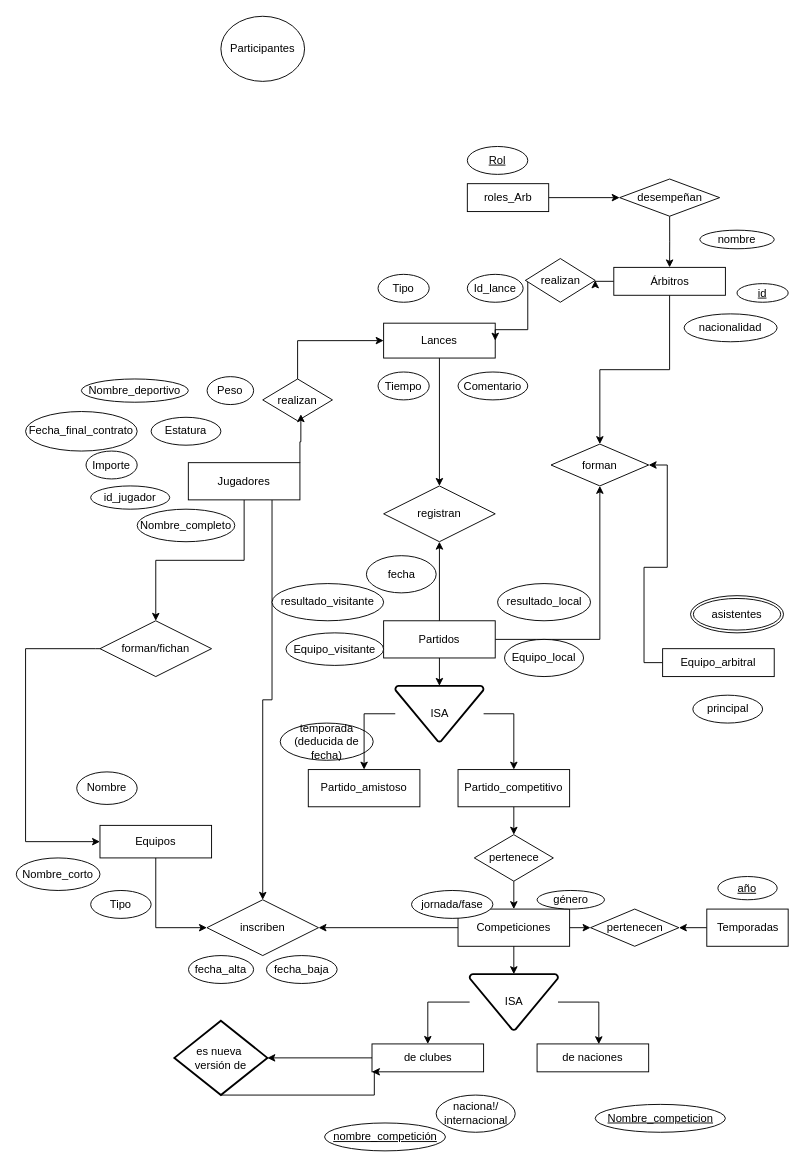
The draw.io diagram page "Page-1" (1 of 2) of Diagrama sin título.drawio in aloantony/TrabajosEnGrupoGII-DalilaTony, before the edit. Source tidied: cells renumbered, new cells numbered last; positions are measured from the earlier drawing's top-left corner, leaving out a move shared by most shapes. Both pictures are drawn from the tidied source at 93%, with x=0, y=0 at pixel (16, 16).
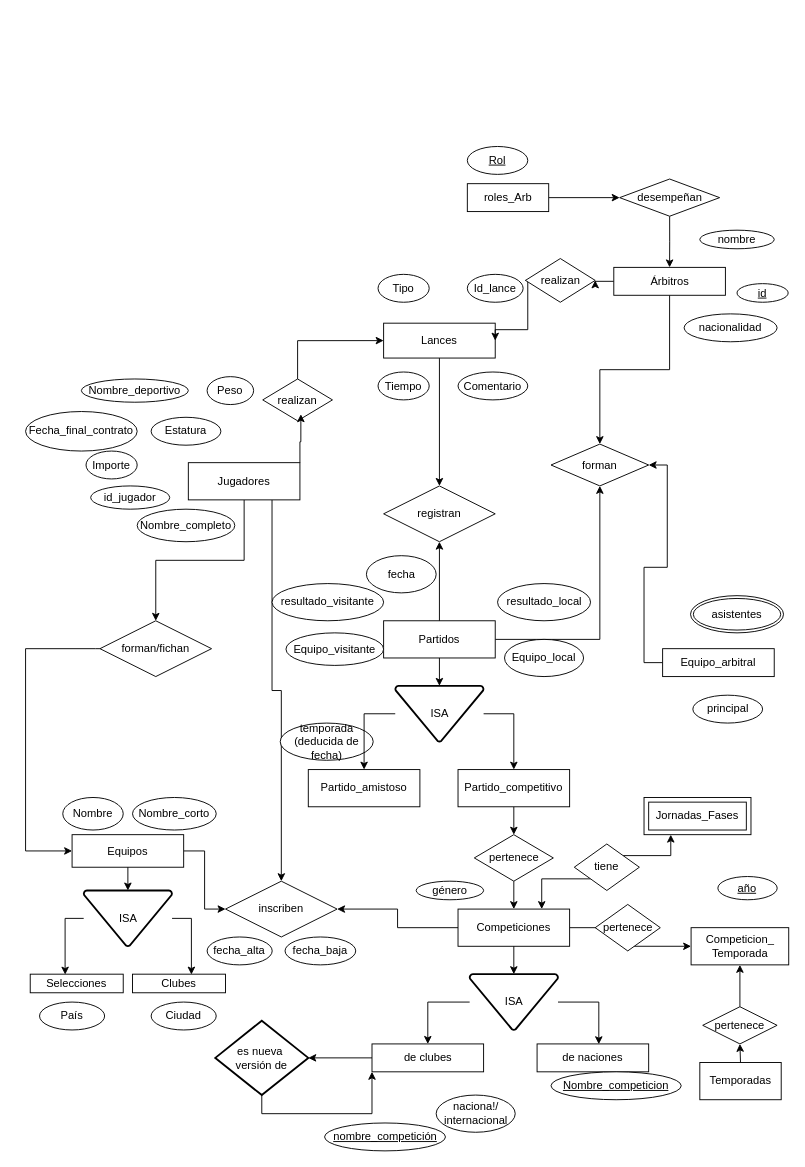
Above is the later version.

Unchanged cells that the change refers to:
```xml
<mxCell id="12" value="Competiciones" style="rounded=0;whiteSpace=wrap;html=1;" parent="1" vertex="1">
  <mxGeometry x="475" y="960" width="120" height="40" as="geometry" />
</mxCell>
<mxCell id="48" value="de clubes" style="rounded=0;whiteSpace=wrap;html=1;" parent="1" vertex="1">
  <mxGeometry x="382.5" y="1105" width="120" height="30" as="geometry" />
</mxCell>
```

What changed in the source:
```diff
@@
+    <mxCell id="65" style="edgeStyle=orthogonalEdgeStyle;rounded=0;jettySize=auto;html=1;exitX=1;exitY=0.5;exitDx=0;exitDy=0;entryX=0;entryY=0.5;entryDx=0;entryDy=0;" parent="1" edge="1" source="4" target="64">
+      <mxGeometry relative="1" as="geometry" />
+    </mxCell>
     <mxCell id="4" value="Equipos" style="rounded=0;whiteSpace=wrap;html=1;" parent="1" vertex="1">
-      <mxGeometry x="90" y="870" width="120" height="35" as="geometry" />
+      <mxGeometry x="60" y="880" width="120" height="35" as="geometry" />
     </mxCell>
@@
     <mxCell id="7" value="Nombre" style="ellipse;whiteSpace=wrap;html=1;" parent="1" vertex="1">
-      <mxGeometry x="65" y="812.5" width="65" height="35" as="geometry" />
+      <mxGeometry x="50" y="840" width="65" height="35" as="geometry" />
     </mxCell>
     <mxCell id="8" value="Nombre_corto" style="ellipse;whiteSpace=wrap;html=1;" parent="1" vertex="1">
-      <mxGeometry y="905" width="90" height="35" as="geometry" />
+      <mxGeometry x="125" y="840" width="90" height="35" as="geometry" />
     </mxCell>
-    <mxCell id="9" value="Tipo" style="ellipse;whiteSpace=wrap;html=1;" parent="1" vertex="1">
-      <mxGeometry x="80" y="940" width="65" height="30" as="geometry" />
-    </mxCell>
@@
-    <mxCell id="11" style="edgeStyle=orthogonalEdgeStyle;rounded=0;jettySize=auto;html=1;exitX=1;exitY=0.5;exitDx=0;exitDy=0;entryX=0;entryY=0.5;entryDx=0;entryDy=0;" parent="1" edge="1" source="12" target="68">
-      <mxGeometry relative="1" as="geometry" />
+    <mxCell id="11" style="edgeStyle=orthogonalEdgeStyle;rounded=0;jettySize=auto;html=1;exitX=1;exitY=0.5;exitDx=0;exitDy=0;" parent="1" edge="1" source="12">
+      <mxGeometry relative="1" as="geometry">
+        <mxPoint x="650" y="980" as="targetPoint" />
+      </mxGeometry>
     </mxCell>
@@
-    <mxCell id="13" style="edgeStyle=orthogonalEdgeStyle;rounded=0;jettySize=auto;html=1;exitX=0;exitY=0.5;exitDx=0;exitDy=0;entryX=1;entryY=0.5;entryDx=0;entryDy=0;" parent="1" edge="1" source="14" target="68">
+    <mxCell id="13" style="edgeStyle=orthogonalEdgeStyle;rounded=0;jettySize=auto;html=1;exitX=0.5;exitY=0;exitDx=0;exitDy=0;entryX=0.5;entryY=1;entryDx=0;entryDy=0;" parent="1" edge="1" source="14" target="68">
       <mxGeometry relative="1" as="geometry" />
     </mxCell>
     <mxCell id="14" value="Temporadas" style="rounded=0;whiteSpace=wrap;html=1;" parent="1" vertex="1">
-      <mxGeometry x="742.5" y="960" width="87.5" height="40" as="geometry" />
+      <mxGeometry x="735" y="1125" width="87.5" height="40" as="geometry" />
     </mxCell>
-    <mxCell id="15" value="Participantes" style="ellipse;whiteSpace=wrap;html=1;" parent="1" vertex="1">
-      <mxGeometry x="220" width="90" height="70" as="geometry" />
-    </mxCell>
@@
-    <mxCell id="39" value="jornada/fase" style="ellipse;whiteSpace=wrap;html=1;" parent="1" vertex="1">
-      <mxGeometry x="425" y="940" width="87.5" height="30" as="geometry" />
-    </mxCell>
@@
     <mxCell id="46" value="género" style="ellipse;whiteSpace=wrap;html=1;" parent="1" vertex="1">
-      <mxGeometry x="560" y="940" width="72.5" height="20" as="geometry" />
+      <mxGeometry x="430" y="930" width="72.5" height="20" as="geometry" />
     </mxCell>
@@
     <mxCell id="50" style="edgeStyle=orthogonalEdgeStyle;rounded=0;jettySize=auto;html=1;exitX=0.5;exitY=1;exitDx=0;exitDy=0;exitPerimeter=0;entryX=0;entryY=1;entryDx=0;entryDy=0;" parent="1" edge="1" source="51" target="48">
-      <mxGeometry relative="1" as="geometry">
-        <Array as="points">
-          <mxPoint x="385" y="1160" />
-        </Array>
-      </mxGeometry>
+      <mxGeometry relative="1" as="geometry" />
     </mxCell>
     <mxCell id="51" value="es nueva&amp;nbsp;&lt;div&gt;versión de&lt;/div&gt;" style="strokeWidth=2;html=1;shape=mxgraph.flowchart.decision;whiteSpace=wrap;" parent="1" vertex="1">
-      <mxGeometry x="170" y="1080" width="100" height="80" as="geometry" />
+      <mxGeometry x="214" y="1080" width="100" height="80" as="geometry" />
     </mxCell>
@@
     <mxCell id="64" value="inscriben" style="shape=rhombus;perimeter=rhombusPerimeter;whiteSpace=wrap;html=1;align=center;" parent="1" vertex="1">
-      <mxGeometry x="205" y="950" width="120" height="60" as="geometry" />
+      <mxGeometry x="225" y="930" width="120" height="60" as="geometry" />
     </mxCell>
-    <mxCell id="65" style="edgeStyle=orthogonalEdgeStyle;rounded=0;jettySize=auto;html=1;exitX=0.5;exitY=1;exitDx=0;exitDy=0;entryX=0;entryY=0.5;entryDx=0;entryDy=0;" parent="1" edge="1" source="4" target="64">
-      <mxGeometry relative="1" as="geometry" />
-    </mxCell>
@@
+    <mxCell id="90" style="edgeStyle=orthogonalEdgeStyle;rounded=0;jettySize=auto;html=1;exitX=0.5;exitY=0;exitDx=0;exitDy=0;entryX=0.5;entryY=1;entryDx=0;entryDy=0;" parent="1" edge="1" source="68" target="103">
+      <mxGeometry relative="1" as="geometry" />
+    </mxCell>
-    <mxCell id="68" value="pertenecen" style="shape=rhombus;perimeter=rhombusPerimeter;whiteSpace=wrap;html=1;align=center;" parent="1" vertex="1">
-      <mxGeometry x="617.5" y="960" width="95" height="40" as="geometry" />
+    <mxCell id="68" value="pertenece" style="shape=rhombus;perimeter=rhombusPerimeter;whiteSpace=wrap;html=1;align=center;" parent="1" vertex="1">
+      <mxGeometry x="738.1" y="1065" width="80" height="40" as="geometry" />
     </mxCell>
@@
     <mxCell id="73" value="Nombre_competicion" style="ellipse;whiteSpace=wrap;html=1;align=center;fontStyle=4;" parent="1" vertex="1">
-      <mxGeometry x="622.5" y="1170" width="140" height="30" as="geometry" />
+      <mxGeometry x="575" y="1135" width="140" height="30" as="geometry" />
     </mxCell>
@@
     <mxCell id="77" value="fecha_alta" style="ellipse;whiteSpace=wrap;html=1;align=center;" parent="1" vertex="1">
-      <mxGeometry x="185.2" y="1010" width="70" height="30" as="geometry" />
+      <mxGeometry x="205.2" y="990" width="70" height="30" as="geometry" />
     </mxCell>
     <mxCell id="78" value="fecha_baja" style="ellipse;whiteSpace=wrap;html=1;align=center;" parent="1" vertex="1">
-      <mxGeometry x="269" y="1010" width="76" height="30" as="geometry" />
+      <mxGeometry x="289" y="990" width="76" height="30" as="geometry" />
     </mxCell>
@@
+    <mxCell id="91" value="ISA" style="strokeWidth=2;html=1;shape=mxgraph.flowchart.merge_or_storage;whiteSpace=wrap;" parent="1" vertex="1">
+      <mxGeometry x="72.5" y="940" width="95" height="60" as="geometry" />
+    </mxCell>
+    <mxCell id="92" value="Selecciones" style="rounded=0;whiteSpace=wrap;html=1;" parent="1" vertex="1">
+      <mxGeometry x="15" y="1030" width="100" height="20" as="geometry" />
+    </mxCell>
+    <mxCell id="93" value="Clubes" style="rounded=0;whiteSpace=wrap;html=1;" parent="1" vertex="1">
+      <mxGeometry x="125" y="1030" width="100" height="20" as="geometry" />
+    </mxCell>
+    <mxCell id="94" style="edgeStyle=orthogonalEdgeStyle;rounded=0;jettySize=auto;html=1;exitX=1;exitY=0.5;exitDx=0;exitDy=0;exitPerimeter=0;entryX=0.633;entryY=0.021;entryDx=0;entryDy=0;entryPerimeter=0;" parent="1" edge="1" source="91" target="93">
+      <mxGeometry relative="1" as="geometry" />
+    </mxCell>
+    <mxCell id="95" style="edgeStyle=orthogonalEdgeStyle;rounded=0;jettySize=auto;html=1;exitX=0;exitY=0.5;exitDx=0;exitDy=0;exitPerimeter=0;entryX=0.376;entryY=0.021;entryDx=0;entryDy=0;entryPerimeter=0;" parent="1" edge="1" source="91" target="92">
+      <mxGeometry relative="1" as="geometry" />
+    </mxCell>
+    <mxCell id="96" style="edgeStyle=orthogonalEdgeStyle;rounded=0;jettySize=auto;html=1;exitX=0.5;exitY=1;exitDx=0;exitDy=0;entryX=0.5;entryY=0;entryDx=0;entryDy=0;entryPerimeter=0;" parent="1" edge="1" source="4" target="91">
+      <mxGeometry relative="1" as="geometry" />
+    </mxCell>
+    <mxCell id="97" value="País" style="ellipse;whiteSpace=wrap;html=1;align=center;" parent="1" vertex="1">
+      <mxGeometry x="25" y="1060" width="70" height="30" as="geometry" />
+    </mxCell>
+    <mxCell id="98" value="Ciudad" style="ellipse;whiteSpace=wrap;html=1;align=center;" parent="1" vertex="1">
+      <mxGeometry x="145" y="1060" width="70" height="30" as="geometry" />
+    </mxCell>
+    <mxCell id="99" value="Jornadas_Fases" style="shape=ext;margin=3;double=1;whiteSpace=wrap;html=1;align=center;" parent="1" vertex="1">
+      <mxGeometry x="675" y="840" width="115" height="40" as="geometry" />
+    </mxCell>
+    <mxCell id="100" style="edgeStyle=orthogonalEdgeStyle;rounded=0;jettySize=auto;html=1;exitX=1;exitY=0;exitDx=0;exitDy=0;entryX=0.25;entryY=1;entryDx=0;entryDy=0;" parent="1" edge="1" source="102" target="99">
+      <mxGeometry relative="1" as="geometry" />
+    </mxCell>
+    <mxCell id="101" style="edgeStyle=orthogonalEdgeStyle;rounded=0;jettySize=auto;html=1;exitX=0;exitY=1;exitDx=0;exitDy=0;entryX=0.75;entryY=0;entryDx=0;entryDy=0;" parent="1" edge="1" source="102" target="12">
+      <mxGeometry relative="1" as="geometry" />
+    </mxCell>
+    <mxCell id="102" value="tiene" style="shape=rhombus;perimeter=rhombusPerimeter;whiteSpace=wrap;html=1;align=center;" parent="1" vertex="1">
+      <mxGeometry x="600" y="890" width="70" height="50" as="geometry" />
+    </mxCell>
+    <mxCell id="103" value="&lt;div&gt;Competicion_&lt;/div&gt;&lt;div&gt;Temporada&lt;/div&gt;" style="rounded=0;whiteSpace=wrap;html=1;" parent="1" vertex="1">
+      <mxGeometry x="725.6" y="980" width="105" height="40" as="geometry" />
+    </mxCell>
+    <mxCell id="104" style="edgeStyle=orthogonalEdgeStyle;rounded=0;jettySize=auto;html=1;exitX=0.5;exitY=1;exitDx=0;exitDy=0;entryX=0;entryY=0.5;entryDx=0;entryDy=0;" parent="1" edge="1" source="105" target="103">
+      <mxGeometry relative="1" as="geometry">
+        <Array as="points">
+          <mxPoint x="658" y="1000" />
+        </Array>
+      </mxGeometry>
+    </mxCell>
+    <mxCell id="105" value="pertenece" style="shape=rhombus;perimeter=rhombusPerimeter;whiteSpace=wrap;html=1;align=center;" parent="1" vertex="1">
+      <mxGeometry x="622.5" y="955" width="70" height="50" as="geometry" />
+    </mxCell>
```
